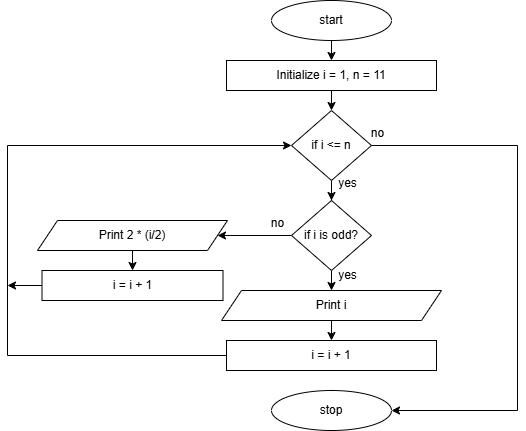
Earlier version of the draw.io export series of 126510.drawio.png (VAMSI123y/c-flowcharts). Source tidied: cells renumbered, new cells last; positions are measured from the earlier drawing's top-left corner, leaving out a move shared by most shapes.
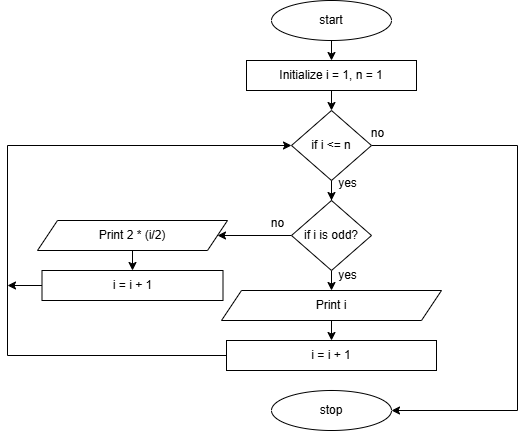
Later version of the same file.

Change to the diagram source:
```diff
@@ -2,18 +2,19 @@
   <root>
     <mxCell id="0" />
     <mxCell id="1" parent="0" />
-    <mxCell id="2" style="edgeStyle=orthogonalEdgeStyle;rounded=0;jettySize=auto;html=1;exitX=0.5;exitY=1;exitDx=0;exitDy=0;entryX=0.5;entryY=0;entryDx=0;entryDy=0;" parent="1" edge="1" source="3" target="5">
-      <mxGeometry relative="1" as="geometry" />
+    <mxCell id="2" style="edgeStyle=orthogonalEdgeStyle;rounded=0;jettySize=auto;html=1;exitX=0.5;exitY=1;exitDx=0;exitDy=0;entryX=0.5;entryY=0;entryDx=0;entryDy=0;" parent="1" edge="1" source="3">
+      <mxGeometry relative="1" as="geometry">
+        <mxPoint x="324" y="60" as="targetPoint" />
+      </mxGeometry>
     </mxCell>
     <mxCell id="3" value="start" style="ellipse;whiteSpace=wrap;html=1;" parent="1" vertex="1">
       <mxGeometry x="264" width="120" height="40" as="geometry" />
     </mxCell>
-    <mxCell id="4" style="edgeStyle=orthogonalEdgeStyle;rounded=0;jettySize=auto;html=1;exitX=0.5;exitY=1;exitDx=0;exitDy=0;entryX=0.5;entryY=0;entryDx=0;entryDy=0;" parent="1" edge="1" source="5" target="8">
-      <mxGeometry relative="1" as="geometry" />
+    <mxCell id="4" style="edgeStyle=orthogonalEdgeStyle;rounded=0;jettySize=auto;html=1;exitX=0.5;exitY=1;exitDx=0;exitDy=0;entryX=0.5;entryY=0;entryDx=0;entryDy=0;" parent="1" edge="1" target="8">
+      <mxGeometry relative="1" as="geometry">
+        <mxPoint x="324" y="90" as="sourcePoint" />
+      </mxGeometry>
     </mxCell>
-    <mxCell id="5" value="Initialize i = 1, n = 11" style="rounded=0;whiteSpace=wrap;html=1;" parent="1" vertex="1">
-      <mxGeometry x="219" y="60" width="210" height="30" as="geometry" />
-    </mxCell>
     <mxCell id="6" style="edgeStyle=orthogonalEdgeStyle;rounded=0;jettySize=auto;html=1;" parent="1" edge="1" source="8" target="11">
       <mxGeometry relative="1" as="geometry" />
     </mxCell>
@@ -83,5 +84,8 @@
     <mxCell id="24" value="no" style="text;html=1;align=center;verticalAlign=middle;strokeColor=none;fillColor=none;" parent="1" vertex="1">
       <mxGeometry x="250" y="208" width="40" height="30" as="geometry" />
     </mxCell>
+    <mxCell id="25" value="Initialize i = 1, n = 1" style="rounded=0;whiteSpace=wrap;html=1;" parent="1" vertex="1">
+      <mxGeometry x="239" y="60" width="170" height="30" as="geometry" />
+    </mxCell>
   </root>
 </mxGraphModel>
```
